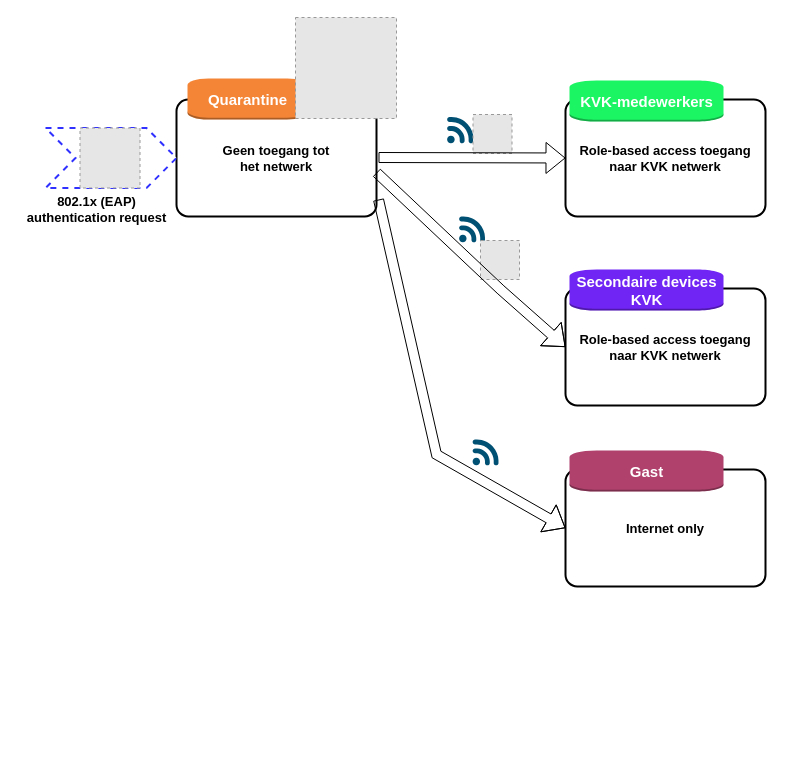
Before: EAP-authentication.drawio in mhwwas/Terraform, a draw.io diagram. Source tidied: cells renumbered, new cells numbered last; positions are measured from the earlier drawing's top-left corner, leaving out a move shared by most shapes. Both pictures are drawn from the tidied source at 100%, with x=0, y=0 at pixel (17, 17). Pictures stored in the file or linked from it are replaced by grey dashed boxes.
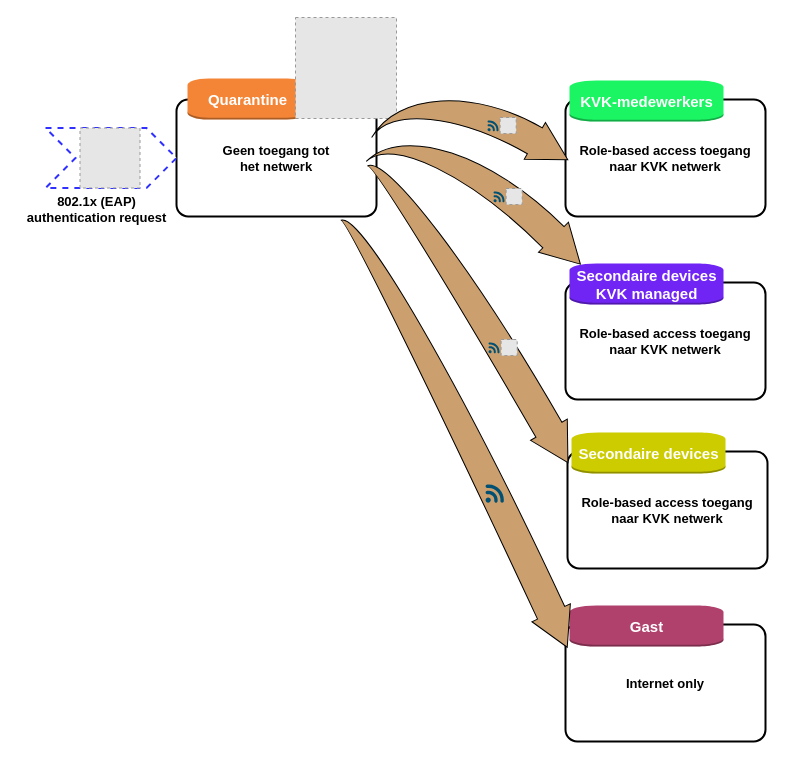
The same page after the edit.

The change refers to these unchanged cells:
```xml
<mxCell id="2" value="Geen toegang tot&#10;het netwerk" style="rounded=1;arcSize=10;dashed=0;fillColor=none;gradientColor=none;strokeWidth=2;fontSize=13;fontStyle=1;" parent="1" vertex="1">
  <mxGeometry x="159" y="82" width="200" height="117" as="geometry" />
</mxCell>
<mxCell id="9" value="Role-based access toegang&#10;naar KVK netwerk" style="rounded=1;arcSize=10;dashed=0;fillColor=none;gradientColor=none;strokeWidth=2;fontSize=13;fontStyle=1;" parent="8" vertex="1">
  <mxGeometry y="19" width="200" height="117" as="geometry" />
</mxCell>
<mxCell id="12" value="Role-based access toegang&#10;naar KVK netwerk" style="rounded=1;arcSize=10;dashed=0;fillColor=none;gradientColor=none;strokeWidth=2;fontSize=13;fontStyle=1;" parent="11" vertex="1">
  <mxGeometry y="19" width="200" height="117" as="geometry" />
</mxCell>
<mxCell id="15" value="Internet only" style="rounded=1;arcSize=10;dashed=0;fillColor=none;gradientColor=none;strokeWidth=2;fontSize=13;fontStyle=1;" parent="14" vertex="1">
  <mxGeometry y="19" width="200" height="117" as="geometry" />
</mxCell>
```

The edit, as a diff of the source:
```diff
@@
     <mxCell id="11" style="group;" parent="1" vertex="1">
-      <mxGeometry x="548" y="252" width="200" height="136" as="geometry" />
+      <mxGeometry x="548" y="246" width="200" height="136" as="geometry" />
     </mxCell>
@@
-    <mxCell id="13" value="&lt;font color=&quot;#ffffff&quot;&gt;&lt;span style=&quot;font-size: 15px;&quot;&gt;&lt;b&gt;Secondaire devices&lt;br&gt;KVK&lt;br&gt;&lt;/b&gt;&lt;/span&gt;&lt;/font&gt;" style="dashed=0;html=1;shape=mxgraph.aws3.instance;fillColor=#7125F5;gradientColor=none;dashed=0;" parent="11" vertex="1">
+    <mxCell id="13" value="&lt;font color=&quot;#ffffff&quot;&gt;&lt;span style=&quot;font-size: 15px;&quot;&gt;&lt;b&gt;Secondaire devices&lt;br&gt;KVK managed&lt;br&gt;&lt;/b&gt;&lt;/span&gt;&lt;/font&gt;" style="dashed=0;html=1;shape=mxgraph.aws3.instance;fillColor=#7125F5;gradientColor=none;dashed=0;" parent="11" vertex="1">
       <mxGeometry x="4" width="154" height="41" as="geometry" />
     </mxCell>
     <mxCell id="14" style="group;" parent="1" vertex="1">
-      <mxGeometry x="548" y="433" width="200" height="136" as="geometry" />
+      <mxGeometry x="548" y="588" width="200" height="136" as="geometry" />
     </mxCell>
@@
+    <mxCell id="26" style="group;" parent="1" vertex="1">
+      <mxGeometry x="550" y="415" width="200" height="136" as="geometry" />
+    </mxCell>
+    <mxCell id="27" value="Role-based access toegang&#10;naar KVK netwerk" style="rounded=1;arcSize=10;dashed=0;fillColor=none;gradientColor=none;strokeWidth=2;fontSize=13;fontStyle=1;" parent="26" vertex="1">
+      <mxGeometry y="19" width="200" height="117" as="geometry" />
+    </mxCell>
+    <mxCell id="28" value="&lt;font color=&quot;#ffffff&quot;&gt;&lt;span style=&quot;font-size: 15px;&quot;&gt;&lt;b&gt;Secondaire devices&lt;br&gt;&lt;/b&gt;&lt;/span&gt;&lt;/font&gt;" style="dashed=0;html=1;shape=mxgraph.aws3.instance;fillColor=#CCCC00;gradientColor=none;dashed=0;" parent="26" vertex="1">
+      <mxGeometry x="4" width="154" height="41" as="geometry" />
+    </mxCell>
+    <mxCell id="29" style="html=1;shadow=0;dashed=0;align=center;verticalAlign=middle;shape=mxgraph.arrows2.jumpInArrow;dy=15;dx=38;arrowHead=42.4;fillColor=#CCA06E;rotation=-45;direction=south;" parent="1" vertex="1">
+      <mxGeometry x="413.3" y="75.8" width="100" height="224" as="geometry" />
+    </mxCell>
+    <mxCell id="30" style="html=1;shadow=0;dashed=0;align=center;verticalAlign=middle;shape=mxgraph.arrows2.jumpInArrow;dy=15;dx=38;arrowHead=42.4;fillColor=#CCA06E;rotation=-30;direction=south;" parent="1" vertex="1">
+      <mxGeometry x="436.1" y="112.9" width="46.5" height="357.2" as="geometry" />
+    </mxCell>
+    <mxCell id="31" style="html=1;shadow=0;dashed=0;align=center;verticalAlign=middle;shape=mxgraph.arrows2.jumpInArrow;dy=15;dx=38;arrowHead=42.4;fillColor=#CCA06E;rotation=-25;direction=south;" parent="1" vertex="1">
+      <mxGeometry x="423.1" y="170.5" width="46" height="482.6" as="geometry" />
+    </mxCell>
+    <mxCell id="32" style="html=1;shadow=0;dashed=0;align=center;verticalAlign=middle;shape=mxgraph.arrows2.jumpInArrow;dy=15;dx=38;arrowHead=42.4;fillColor=#CCA06E;rotation=30;" parent="1" vertex="1">
+      <mxGeometry x="367" y="72" width="181" height="100" as="geometry" />
+    </mxCell>
+    <mxCell id="33" style="group;" parent="1" vertex="1">
+      <mxGeometry x="470" y="100" width="73" height="65" as="geometry" />
+    </mxCell>
-    <mxCell id="18" style="verticalLabelPosition=bottom;sketch=0;html=1;verticalAlign=top;align=center;shape=mxgraph.cisco19.3g_4g_indicator;fillColor=#005073;strokeColor=none;dashed=1;fontSize=13;fontColor=#000000;" parent="1" vertex="1">
-      <mxGeometry x="429.5" y="99.5" width="26.5" height="26.5" as="geometry" />
+    <mxCell id="18" style="verticalLabelPosition=bottom;sketch=0;html=1;verticalAlign=top;align=center;shape=mxgraph.cisco19.3g_4g_indicator;fillColor=#005073;strokeColor=none;dashed=1;fontSize=13;fontColor=#000000;" parent="33" vertex="1">
+      <mxGeometry y="2.9" width="11" height="11" as="geometry" />
     </mxCell>
-    <mxCell id="19" style="fillColor=#E6E6E6;strokeColor=#999999;dashed=1;html=1;verticalAlign=top;verticalLabelPosition=bottom;labelBackgroundColor=#ffffff;fontSize=13;fontColor=#000000;" parent="1" vertex="1">
-      <mxGeometry x="455.5" y="97" width="39" height="39" as="geometry" />
+    <mxCell id="19" style="fillColor=#E6E6E6;strokeColor=#999999;dashed=1;html=1;verticalAlign=top;verticalLabelPosition=bottom;labelBackgroundColor=#ffffff;fontSize=13;fontColor=#000000;" parent="33" vertex="1">
+      <mxGeometry x="12.6" width="16.1" height="16.1" as="geometry" />
     </mxCell>
-    <mxCell id="20" style="verticalLabelPosition=bottom;sketch=0;html=1;verticalAlign=top;align=center;shape=mxgraph.cisco19.3g_4g_indicator;fillColor=#005073;strokeColor=none;dashed=1;fontSize=13;fontColor=#000000;" parent="1" vertex="1">
-      <mxGeometry x="441.5" y="199" width="26" height="26" as="geometry" />
-    </mxCell>
-    <mxCell id="21" style="fillColor=#E6E6E6;strokeColor=#999999;dashed=1;html=1;verticalAlign=top;verticalLabelPosition=bottom;labelBackgroundColor=#ffffff;fontSize=13;fontColor=#000000;" parent="1" vertex="1">
-      <mxGeometry x="463" y="223" width="39" height="39" as="geometry" />
-    </mxCell>
+    <mxCell id="34" style="group;" parent="1" vertex="1">
+      <mxGeometry x="476" y="171" width="73" height="65" as="geometry" />
+    </mxCell>
+    <mxCell id="35" style="verticalLabelPosition=bottom;sketch=0;html=1;verticalAlign=top;align=center;shape=mxgraph.cisco19.3g_4g_indicator;fillColor=#005073;strokeColor=none;dashed=1;fontSize=13;fontColor=#000000;" parent="34" vertex="1">
+      <mxGeometry y="2.9" width="11" height="11" as="geometry" />
+    </mxCell>
+    <mxCell id="36" style="fillColor=#E6E6E6;strokeColor=#999999;dashed=1;html=1;verticalAlign=top;verticalLabelPosition=bottom;labelBackgroundColor=#ffffff;fontSize=13;fontColor=#000000;" parent="34" vertex="1">
+      <mxGeometry x="12.6" width="16.1" height="16.1" as="geometry" />
+    </mxCell>
+    <mxCell id="37" style="group;" parent="1" vertex="1">
+      <mxGeometry x="471" y="322" width="73" height="65" as="geometry" />
+    </mxCell>
+    <mxCell id="38" style="verticalLabelPosition=bottom;sketch=0;html=1;verticalAlign=top;align=center;shape=mxgraph.cisco19.3g_4g_indicator;fillColor=#005073;strokeColor=none;dashed=1;fontSize=13;fontColor=#000000;" parent="37" vertex="1">
+      <mxGeometry y="2.9" width="11" height="11" as="geometry" />
+    </mxCell>
+    <mxCell id="39" style="fillColor=#E6E6E6;strokeColor=#999999;dashed=1;html=1;verticalAlign=top;verticalLabelPosition=bottom;labelBackgroundColor=#ffffff;fontSize=13;fontColor=#000000;" parent="37" vertex="1">
+      <mxGeometry x="12.6" width="16.1" height="16.1" as="geometry" />
+    </mxCell>
     <mxCell id="22" style="verticalLabelPosition=bottom;sketch=0;html=1;verticalAlign=top;align=center;shape=mxgraph.cisco19.3g_4g_indicator;fillColor=#005073;strokeColor=none;dashed=1;fontSize=13;fontColor=#000000;" parent="1" vertex="1">
-      <mxGeometry x="455" y="422" width="26" height="26" as="geometry" />
+      <mxGeometry x="468" y="467" width="18.3" height="18.3" as="geometry" />
     </mxCell>
-    <mxCell id="23" style="shape=flexArrow;endArrow=classic;html=1;rounded=0;fontSize=13;fontColor=#000000;entryX=0;entryY=0.5;entryDx=0;entryDy=0;" parent="1" edge="1" target="9">
-      <mxGeometry relative="1" as="geometry">
-        <mxPoint x="361" y="140" as="sourcePoint" />
-      </mxGeometry>
-    </mxCell>
-    <mxCell id="24" style="shape=flexArrow;endArrow=classic;html=1;rounded=0;fontSize=13;fontColor=#000000;entryX=0;entryY=0.5;entryDx=0;entryDy=0;" parent="1" edge="1" target="12">
-      <mxGeometry relative="1" as="geometry">
-        <mxPoint x="359" y="155" as="sourcePoint" />
-        <Array as="points">
-          <mxPoint x="483" y="272" />
-        </Array>
-      </mxGeometry>
-    </mxCell>
-    <mxCell id="25" style="shape=flexArrow;endArrow=classic;html=1;rounded=0;fontSize=13;fontColor=#000000;entryX=0;entryY=0.5;entryDx=0;entryDy=0;exitX=1.01;exitY=0.855;exitDx=0;exitDy=0;exitPerimeter=0;" parent="1" edge="1" source="2" target="15">
-      <mxGeometry relative="1" as="geometry">
-        <Array as="points">
-          <mxPoint x="419" y="437" />
-        </Array>
-      </mxGeometry>
-    </mxCell>
```
